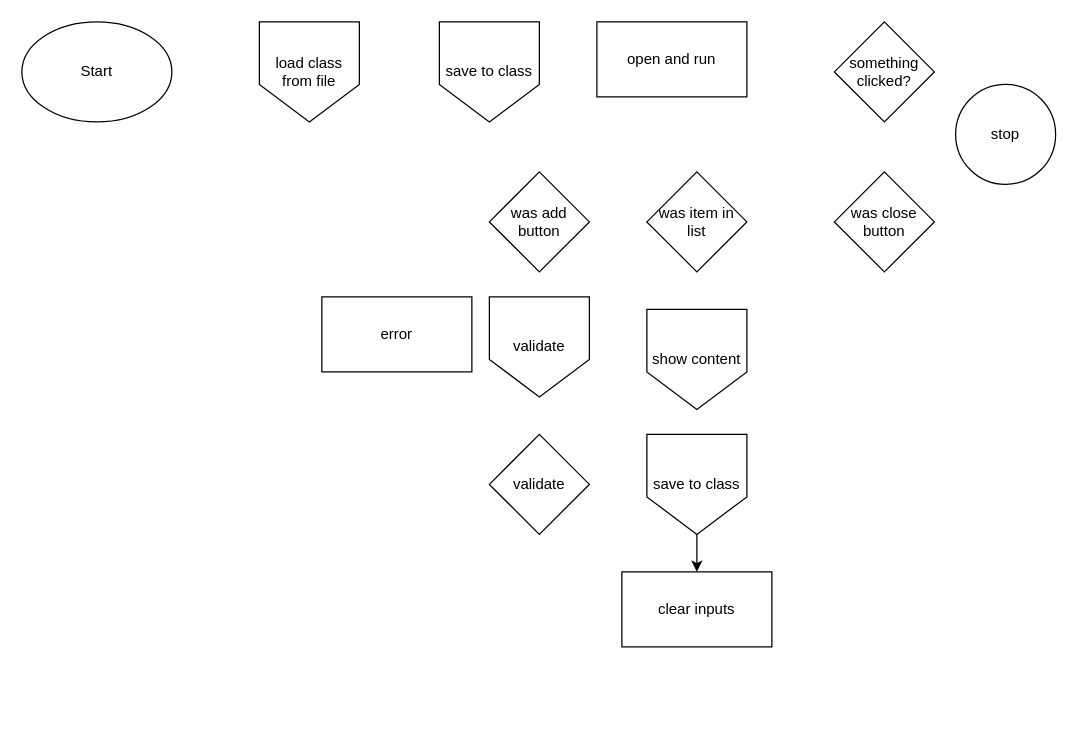
The draw.io diagram .github/Refferences/flowchart.drawio in NPITX-programs/AdressBook, before the edit. Source tidied: cells renumbered, new cells numbered last; positions are measured from the earlier drawing's top-left corner, leaving out a move shared by most shapes. Both pictures are drawn from the tidied source at 125%, with x=0, y=0 at pixel (21, 21).
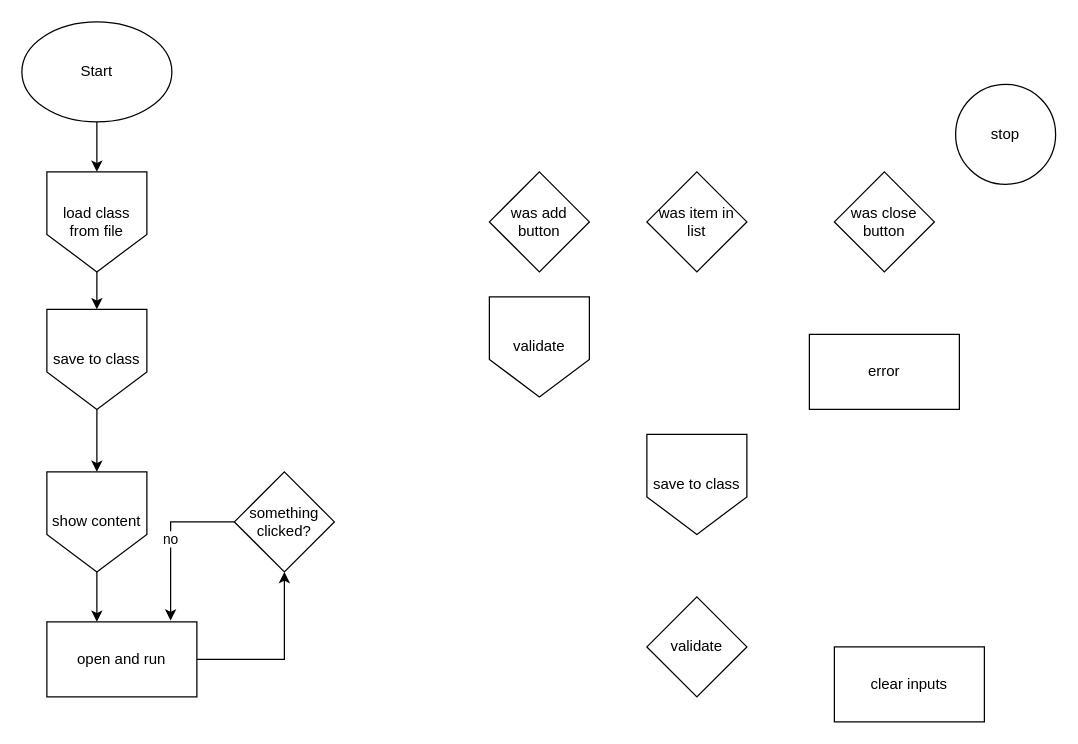
After the change.

The change refers to these unchanged cells:
```xml
<mxCell id="2" value="Start" style="ellipse;whiteSpace=wrap;html=1;" parent="1" vertex="1">
  <mxGeometry width="120" height="80" as="geometry" />
</mxCell>
<mxCell id="15" value="save to class" style="shape=offPageConnector;whiteSpace=wrap;html=1;" parent="1" vertex="1">
  <mxGeometry x="500" y="330" width="80" height="80" as="geometry" />
</mxCell>
```

Diff of the diagram source:
```diff
@@
+    <mxCell id="18" style="edgeStyle=orthogonalEdgeStyle;rounded=0;jettySize=auto;html=1;" parent="1" edge="1" source="2" target="3">
+      <mxGeometry relative="1" as="geometry" />
+    </mxCell>
@@
+    <mxCell id="19" style="edgeStyle=orthogonalEdgeStyle;rounded=0;jettySize=auto;html=1;" parent="1" edge="1" source="3" target="4">
+      <mxGeometry relative="1" as="geometry" />
+    </mxCell>
     <mxCell id="3" value="load class from file" style="shape=offPageConnector;whiteSpace=wrap;html=1;" parent="1" vertex="1">
-      <mxGeometry x="190" width="80" height="80" as="geometry" />
+      <mxGeometry x="20" y="120" width="80" height="80" as="geometry" />
     </mxCell>
+    <mxCell id="20" style="edgeStyle=orthogonalEdgeStyle;rounded=0;jettySize=auto;html=1;" parent="1" edge="1" source="4" target="10">
+      <mxGeometry relative="1" as="geometry" />
+    </mxCell>
     <mxCell id="4" value="save to class" style="shape=offPageConnector;whiteSpace=wrap;html=1;" parent="1" vertex="1">
-      <mxGeometry x="334" width="80" height="80" as="geometry" />
+      <mxGeometry x="20" y="230" width="80" height="80" as="geometry" />
     </mxCell>
+    <mxCell id="21" style="edgeStyle=orthogonalEdgeStyle;rounded=0;jettySize=auto;html=1;entryX=0.5;entryY=1;entryDx=0;entryDy=0;" parent="1" edge="1" source="5" target="7">
+      <mxGeometry relative="1" as="geometry" />
+    </mxCell>
     <mxCell id="5" value="open and run" style="rounded=0;whiteSpace=wrap;html=1;" parent="1" vertex="1">
-      <mxGeometry x="460" width="120" height="60" as="geometry" />
+      <mxGeometry x="20" y="480" width="120" height="60" as="geometry" />
     </mxCell>
@@
     <mxCell id="7" value="something clicked?" style="rhombus;whiteSpace=wrap;html=1;" parent="1" vertex="1">
-      <mxGeometry x="650" width="80" height="80" as="geometry" />
+      <mxGeometry x="170" y="360" width="80" height="80" as="geometry" />
     </mxCell>
@@
+    <mxCell id="22" style="edgeStyle=orthogonalEdgeStyle;rounded=0;jettySize=auto;html=1;" parent="1" edge="1" source="10" target="5">
+      <mxGeometry relative="1" as="geometry">
+        <Array as="points">
+          <mxPoint x="60" y="470" />
+          <mxPoint x="60" y="470" />
+        </Array>
+      </mxGeometry>
+    </mxCell>
     <mxCell id="10" value="show content" style="shape=offPageConnector;whiteSpace=wrap;html=1;" parent="1" vertex="1">
-      <mxGeometry x="500" y="230" width="80" height="80" as="geometry" />
+      <mxGeometry x="20" y="360" width="80" height="80" as="geometry" />
     </mxCell>
@@
     <mxCell id="13" value="validate" style="rhombus;whiteSpace=wrap;html=1;" parent="1" vertex="1">
-      <mxGeometry x="374" y="330" width="80" height="80" as="geometry" />
+      <mxGeometry x="500" y="460" width="80" height="80" as="geometry" />
     </mxCell>
-    <mxCell id="14" style="edgeStyle=orthogonalEdgeStyle;rounded=0;jettySize=auto;html=1;" parent="1" edge="1" source="15" target="16">
-      <mxGeometry relative="1" as="geometry" />
-    </mxCell>
@@
     <mxCell id="16" value="clear inputs" style="rounded=0;whiteSpace=wrap;html=1;" parent="1" vertex="1">
-      <mxGeometry x="480" y="440" width="120" height="60" as="geometry" />
+      <mxGeometry x="650" y="500" width="120" height="60" as="geometry" />
     </mxCell>
     <mxCell id="17" value="error" style="rounded=0;whiteSpace=wrap;html=1;" parent="1" vertex="1">
-      <mxGeometry x="240" y="220" width="120" height="60" as="geometry" />
+      <mxGeometry x="630" y="250" width="120" height="60" as="geometry" />
     </mxCell>
+    <mxCell id="23" value="no" style="edgeStyle=orthogonalEdgeStyle;rounded=0;jettySize=auto;html=1;entryX=0.825;entryY=-0.017;entryDx=0;entryDy=0;entryPerimeter=0;" parent="1" edge="1" source="7" target="5">
+      <mxGeometry relative="1" as="geometry" />
+    </mxCell>
```
